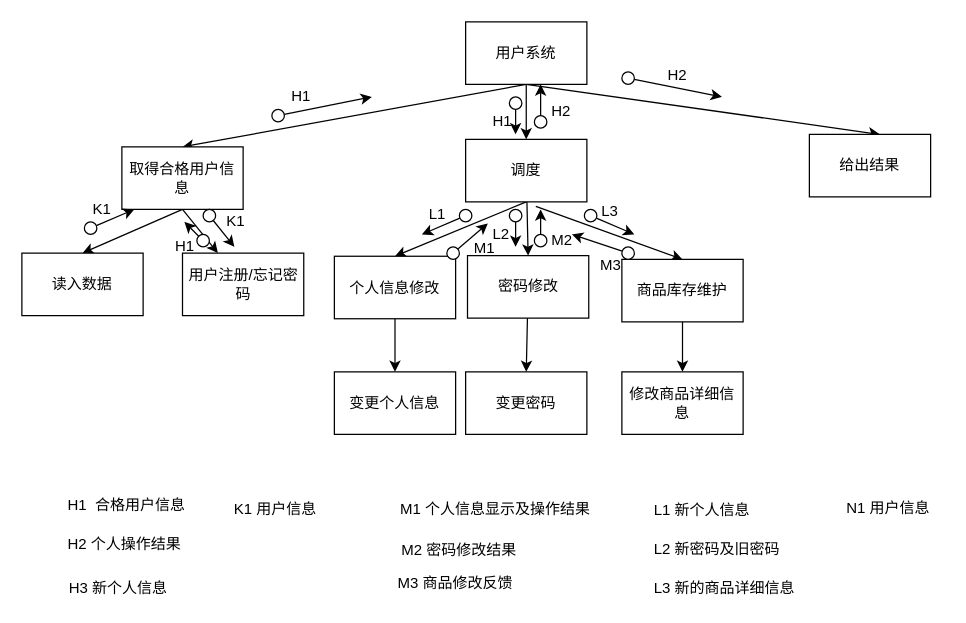
Earlier version of the draw.io diagram 初始软件结构图（用户）.drawio (fancy5858/hello-world). Source tidied: cells renumbered, new cells numbered last; positions are measured from the earlier drawing's top-left corner, leaving out a move shared by most shapes. Both pictures are drawn from the tidied source at 125%, with x=0, y=0 at pixel (21, 21).
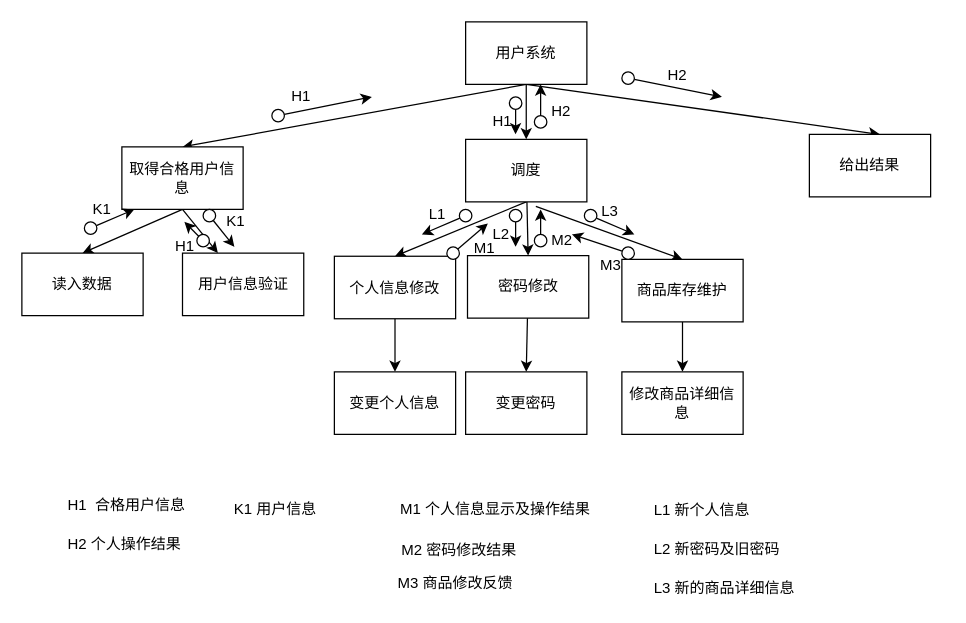
Above is the later version.

Commit message:
Update 初始软件结构图（用户）.drawio

Diff of the diagram source:
```diff
@@
-    <mxCell id="15" value="用户注册/忘记密码&lt;br&gt;" style="rounded=0;whiteSpace=wrap;html=1;" parent="1" vertex="1">
+    <mxCell id="15" value="用户信息验证" style="rounded=0;whiteSpace=wrap;html=1;" parent="1" vertex="1">
       <mxGeometry x="128.5" y="185" width="97" height="50" as="geometry" />
     </mxCell>
@@
-    <mxCell id="39" value="H3 新个人信息&lt;br&gt;" style="text;html=1;align=left;verticalAlign=top;spacingTop=-4;" parent="1" vertex="1">
-      <mxGeometry x="36" y="443" width="90" height="20" as="geometry" />
-    </mxCell>
@@
-    <mxCell id="74" value="N1 用户信息&lt;br&gt;" style="text;html=1;align=left;verticalAlign=top;spacingTop=-4;" parent="1" vertex="1">
-      <mxGeometry x="658" y="379" width="80" height="20" as="geometry" />
-    </mxCell>
```
